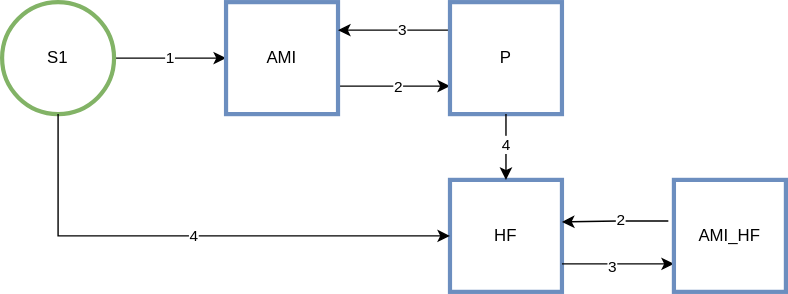
Above: docs/source/gbd2019_models/causes/ihd/cause_model_ami_and_hf.svg in ihmeuw/vivarium_research (draw.io), before the change. Source tidied: cells renumbered, new cells last; positions are measured from the earlier drawing's top-left corner, leaving out a move shared by most shapes.
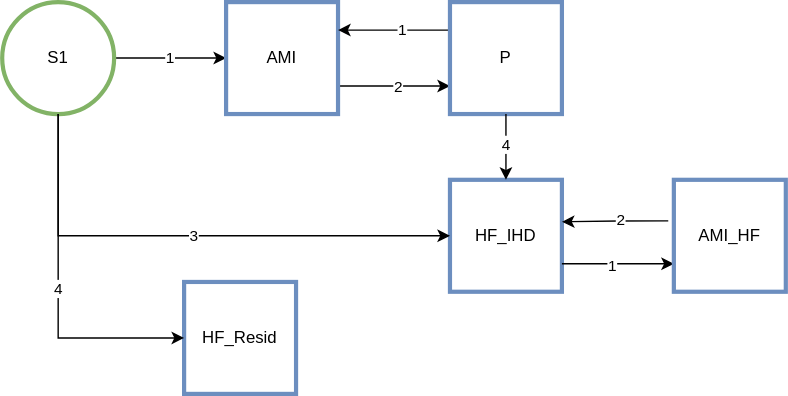
After the change.

Commit message:
Updates form engineering

Change to the diagram source:
```diff
@@ -20,22 +20,22 @@
     <mxCell id="7" style="edgeStyle=orthogonalEdgeStyle;rounded=0;jettySize=auto;html=1;exitX=0;exitY=0.25;exitDx=0;exitDy=0;entryX=1;entryY=0.25;entryDx=0;entryDy=0;" parent="1" edge="1" source="9" target="6">
       <mxGeometry relative="1" as="geometry" />
     </mxCell>
-    <mxCell id="8" value="3" style="edgeLabel;html=1;align=center;verticalAlign=middle;" parent="7" vertex="1">
+    <mxCell id="8" value="1" style="edgeLabel;html=1;align=center;verticalAlign=middle;" parent="7" vertex="1">
       <mxGeometry x="-0.12" y="-1" relative="1" as="geometry" />
     </mxCell>
     <mxCell id="9" value="&lt;div&gt;P&lt;/div&gt;" style="whiteSpace=wrap;html=1;strokeColor=#6c8ebf;fillColor=none;strokeWidth=3;" parent="1" vertex="1">
       <mxGeometry x="320" width="80" height="80" as="geometry" />
     </mxCell>
-    <mxCell id="10" value="&lt;div&gt;HF&lt;/div&gt;" style="whiteSpace=wrap;html=1;strokeColor=#6c8ebf;fillColor=none;strokeWidth=3;" parent="1" vertex="1">
+    <mxCell id="10" value="&lt;div&gt;HF_IHD&lt;/div&gt;" style="whiteSpace=wrap;html=1;strokeColor=#6c8ebf;fillColor=none;strokeWidth=3;" parent="1" vertex="1">
       <mxGeometry x="320" y="127" width="80" height="80" as="geometry" />
     </mxCell>
-    <mxCell id="11" value="4" style="edgeStyle=orthogonalEdgeStyle;rounded=0;jettySize=auto;html=1;exitX=0.5;exitY=1;exitDx=0;exitDy=0;entryX=0;entryY=0.5;entryDx=0;entryDy=0;" parent="1" edge="1" source="3" target="10">
+    <mxCell id="11" value="3" style="edgeStyle=orthogonalEdgeStyle;rounded=0;jettySize=auto;html=1;exitX=0.5;exitY=1;exitDx=0;exitDy=0;entryX=0;entryY=0.5;entryDx=0;entryDy=0;" parent="1" edge="1" source="3" target="10">
       <mxGeometry relative="1" as="geometry" />
     </mxCell>
     <mxCell id="12" style="edgeStyle=orthogonalEdgeStyle;rounded=0;jettySize=auto;html=1;exitX=1;exitY=0.75;exitDx=0;exitDy=0;entryX=0;entryY=0.75;entryDx=0;entryDy=0;" parent="1" edge="1" source="10" target="16">
       <mxGeometry relative="1" as="geometry" />
     </mxCell>
-    <mxCell id="13" value="3" style="edgeLabel;html=1;align=center;verticalAlign=middle;" parent="12" vertex="1">
+    <mxCell id="13" value="1" style="edgeLabel;html=1;align=center;verticalAlign=middle;" parent="12" vertex="1">
       <mxGeometry x="-0.12" y="-1" relative="1" as="geometry" />
     </mxCell>
     <mxCell id="14" style="edgeStyle=orthogonalEdgeStyle;rounded=0;jettySize=auto;html=1;exitX=-0.05;exitY=0.367;exitDx=0;exitDy=0;exitPerimeter=0;" parent="1" edge="1" source="16">
@@ -55,5 +55,16 @@
     <mxCell id="18" value="4" style="edgeLabel;html=1;align=center;verticalAlign=middle;" parent="17" vertex="1">
       <mxGeometry x="-0.12" y="-1" relative="1" as="geometry" />
     </mxCell>
+    <mxCell id="19" value="&lt;div&gt;HF_Resid&lt;/div&gt;" style="whiteSpace=wrap;html=1;strokeColor=#6c8ebf;fillColor=none;strokeWidth=3;" parent="1" vertex="1">
+      <mxGeometry x="130" y="200" width="80" height="80" as="geometry" />
+    </mxCell>
+    <mxCell id="20" value="4" style="edgeStyle=orthogonalEdgeStyle;rounded=0;jettySize=auto;html=1;entryX=0;entryY=0.5;entryDx=0;entryDy=0;" parent="1" edge="1" target="19">
+      <mxGeometry relative="1" as="geometry">
+        <mxPoint x="40" y="80" as="sourcePoint" />
+        <Array as="points">
+          <mxPoint x="40" y="240" />
+        </Array>
+      </mxGeometry>
+    </mxCell>
   </root>
 </mxGraphModel>
```
